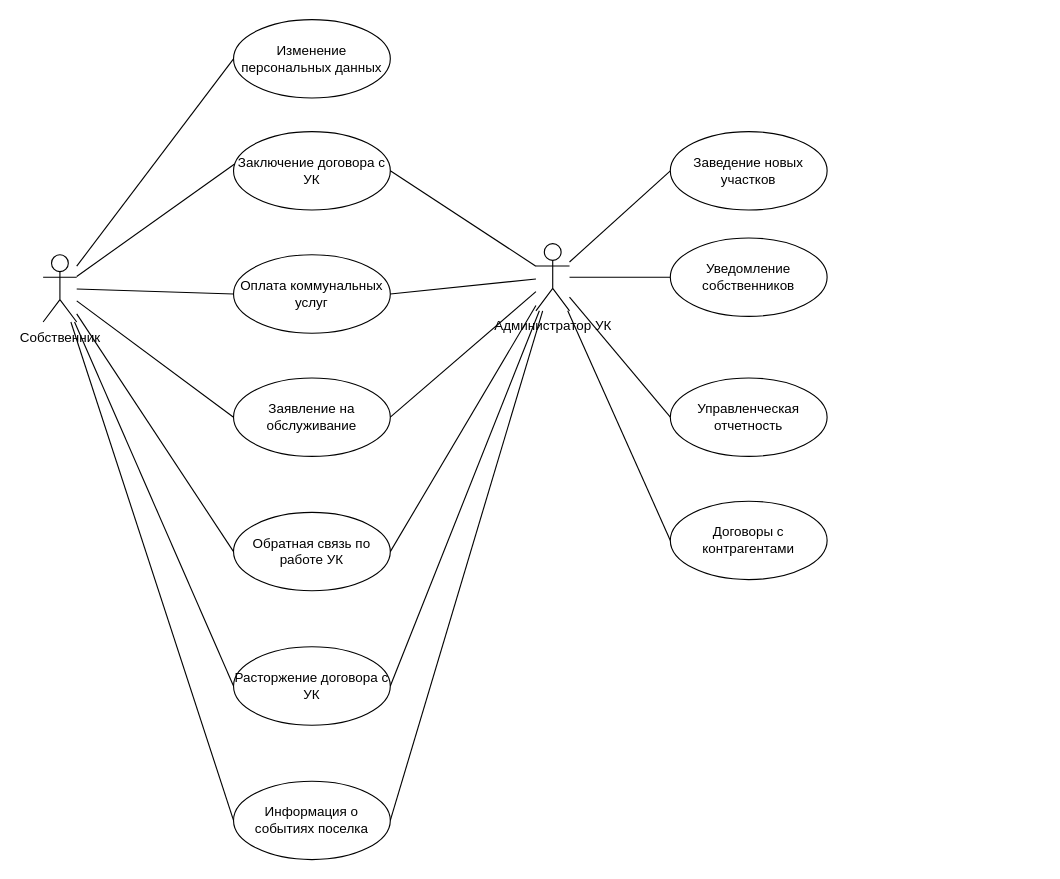
The draw.io diagram iPoselokUseCaseUML.drawio in UnMatty/hw14, before the edit. Source tidied: cells renumbered, new cells numbered last; positions are measured from the earlier drawing's top-left corner, leaving out a move shared by most shapes. Both pictures are drawn from the tidied source at 112%, with x=0, y=0 at pixel (43, 19).
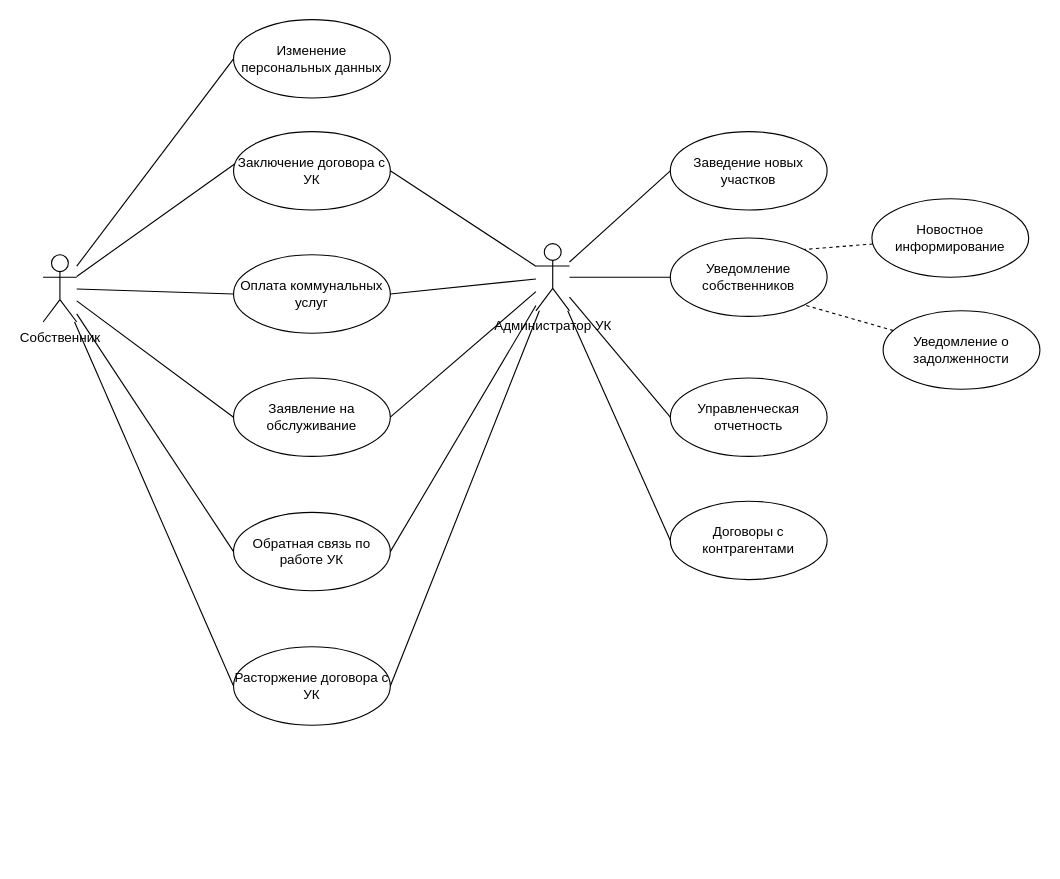
The same diagram, later.

The change refers to these unchanged cells:
```xml
<mxCell id="9" value="Собственник" style="shape=umlActor;verticalLabelPosition=bottom;verticalAlign=top;html=1;" parent="1" vertex="1">
  <mxGeometry y="210" width="30" height="60" as="geometry" />
</mxCell>
<mxCell id="26" value="Администратор УК" style="shape=umlActor;verticalLabelPosition=bottom;verticalAlign=top;html=1;" parent="1" vertex="1">
  <mxGeometry x="440" y="200" width="30" height="60" as="geometry" />
</mxCell>
<mxCell id="28" value="Уведомление собственников" style="ellipse;whiteSpace=wrap;html=1;" parent="1" vertex="1">
  <mxGeometry x="560" y="195" width="140" height="70" as="geometry" />
</mxCell>
```

Diff of the diagram source:
```diff
@@
-    <mxCell id="7" style="edgeStyle=none;rounded=0;jettySize=auto;html=1;entryX=0;entryY=0.5;entryDx=0;entryDy=0;endArrow=none;endFill=0;" parent="1" edge="1" source="9" target="15">
-      <mxGeometry relative="1" as="geometry" />
-    </mxCell>
@@
-    <mxCell id="15" value="Информация о событиях поселка" style="ellipse;whiteSpace=wrap;html=1;" parent="1" vertex="1">
-      <mxGeometry x="170" y="680" width="140" height="70" as="geometry" />
-    </mxCell>
@@
-    <mxCell id="21" style="edgeStyle=none;rounded=0;jettySize=auto;html=1;entryX=1;entryY=0.5;entryDx=0;entryDy=0;endArrow=none;endFill=0;" parent="1" edge="1" source="26" target="15">
-      <mxGeometry relative="1" as="geometry" />
-    </mxCell>
@@
+    <mxCell id="32" style="edgeStyle=none;rounded=0;jettySize=auto;html=1;entryX=1;entryY=0;entryDx=0;entryDy=0;endArrow=none;endFill=0;dashed=1;" parent="1" edge="1" source="33" target="28">
+      <mxGeometry relative="1" as="geometry" />
+    </mxCell>
+    <mxCell id="33" value="Новостное информирование" style="ellipse;whiteSpace=wrap;html=1;" parent="1" vertex="1">
+      <mxGeometry x="740" y="160" width="140" height="70" as="geometry" />
+    </mxCell>
+    <mxCell id="34" style="edgeStyle=none;rounded=0;jettySize=auto;html=1;entryX=1;entryY=1;entryDx=0;entryDy=0;dashed=1;endArrow=none;endFill=0;" parent="1" edge="1" source="35" target="28">
+      <mxGeometry relative="1" as="geometry" />
+    </mxCell>
+    <mxCell id="35" value="Уведомление о задолженности" style="ellipse;whiteSpace=wrap;html=1;" parent="1" vertex="1">
+      <mxGeometry x="750" y="260" width="140" height="70" as="geometry" />
+    </mxCell>
```
